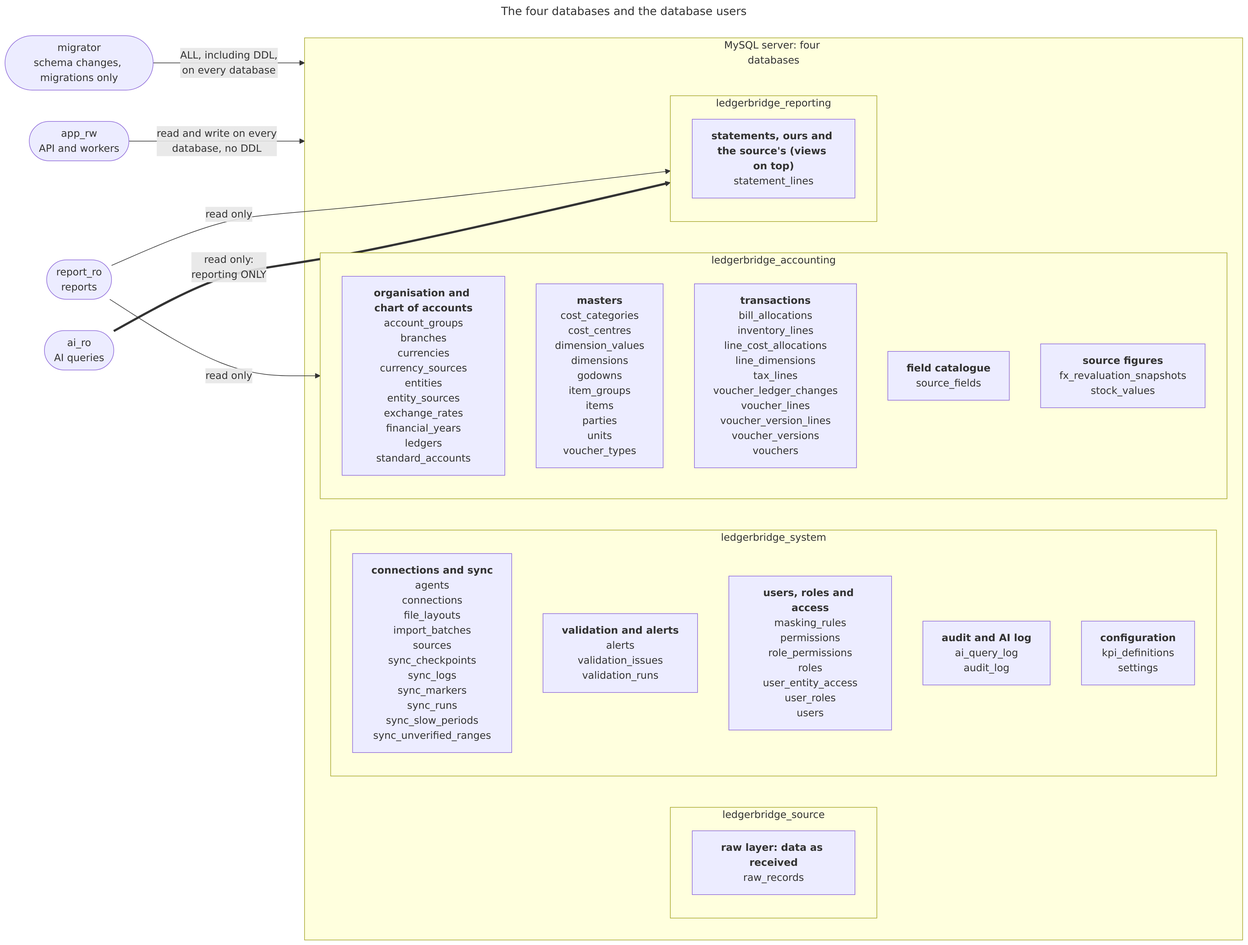
Earlier version of the Mermaid export docs/diagrams/schema-databases.png (empirical-logic-2026/ledgerbridge). Its source is kept beside it as docs/diagrams/schema-databases.mmd.
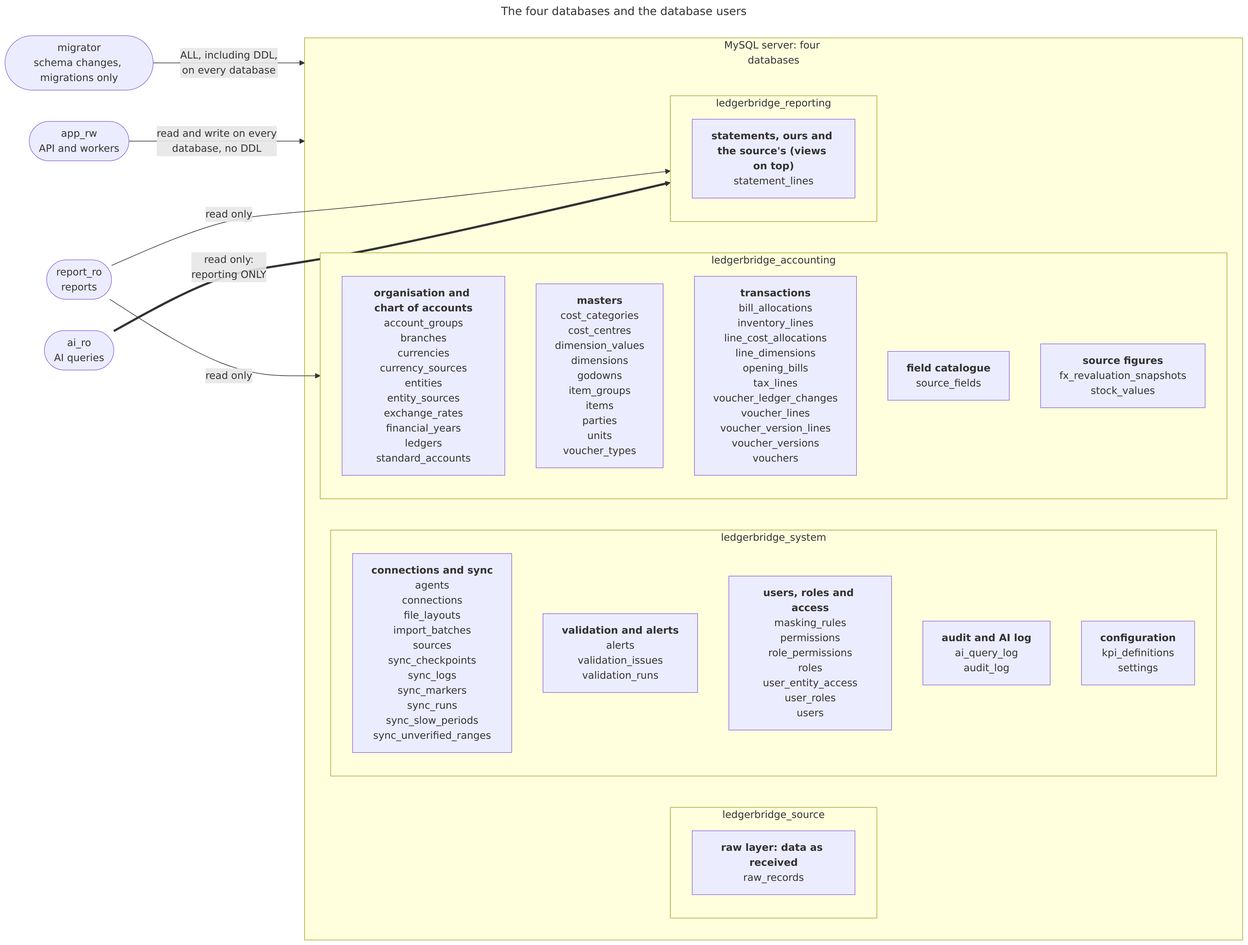
The same diagram one commit later.

What changed in the source:
```diff
@@ -21,7 +21,7 @@
     subgraph ledgerbridge_accounting["ledgerbridge_accounting"]
         ledgerbridge_accounting_1["<b>organisation and chart of accounts</b><br/>account_groups<br/>branches<br/>currencies<br/>currency_sources<br/>entities<br/>entity_sources<br/>exchange_rates<br/>financial_years<br/>ledgers<br/>standard_accounts"]
         ledgerbridge_accounting_2["<b>masters</b><br/>cost_categories<br/>cost_centres<br/>dimension_values<br/>dimensions<br/>godowns<br/>item_groups<br/>items<br/>parties<br/>units<br/>voucher_types"]
-        ledgerbridge_accounting_3["<b>transactions</b><br/>bill_allocations<br/>inventory_lines<br/>line_cost_allocations<br/>line_dimensions<br/>tax_lines<br/>voucher_ledger_changes<br/>voucher_lines<br/>voucher_version_lines<br/>voucher_versions<br/>vouchers"]
+        ledgerbridge_accounting_3["<b>transactions</b><br/>bill_allocations<br/>inventory_lines<br/>line_cost_allocations<br/>line_dimensions<br/>opening_bills<br/>tax_lines<br/>voucher_ledger_changes<br/>voucher_lines<br/>voucher_version_lines<br/>voucher_versions<br/>vouchers"]
         ledgerbridge_accounting_4["<b>field catalogue</b><br/>source_fields"]
         ledgerbridge_accounting_5["<b>source figures</b><br/>fx_revaluation_snapshots<br/>stock_values"]
     end
```
